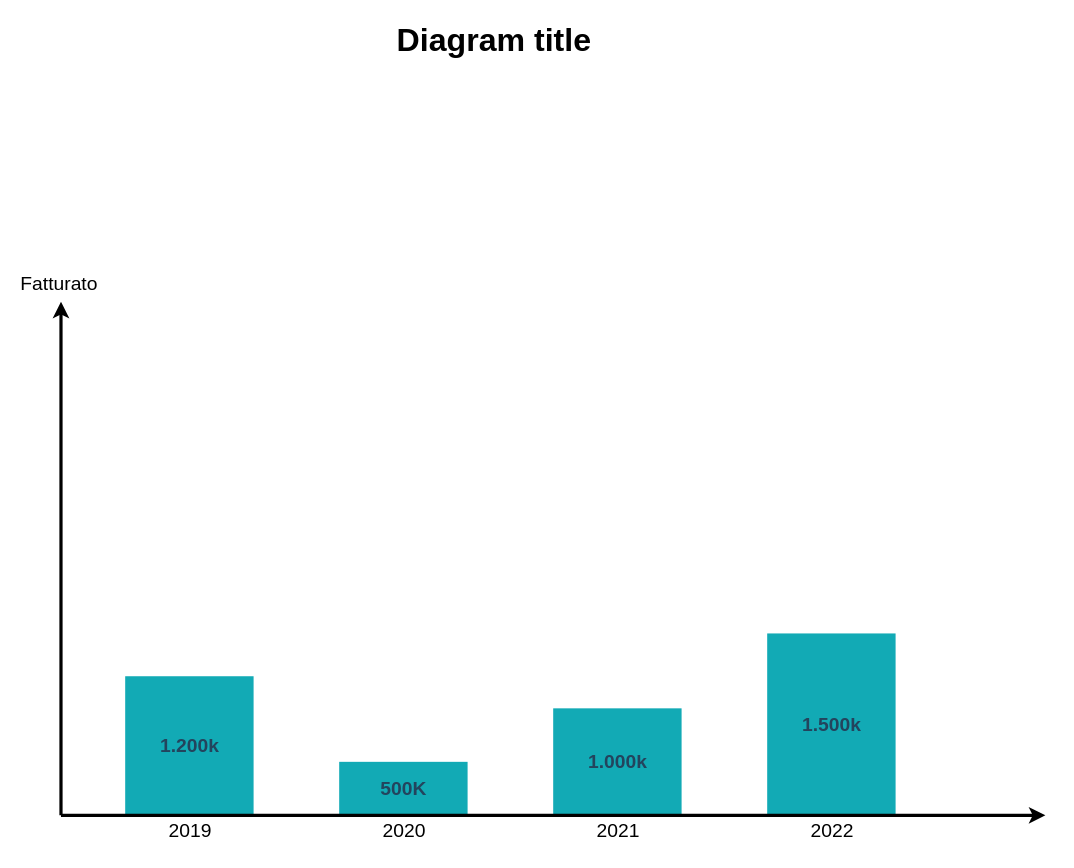
Before: dev/Numeri razionali/Grafici.drawio in felixblog/edu, a draw.io diagram. Source tidied: cells renumbered, new cells numbered last; positions are measured from the earlier drawing's top-left corner, leaving out a move shared by most shapes. Both pictures are drawn from the tidied source at 107%, with x=0, y=0 at pixel (17, 17).
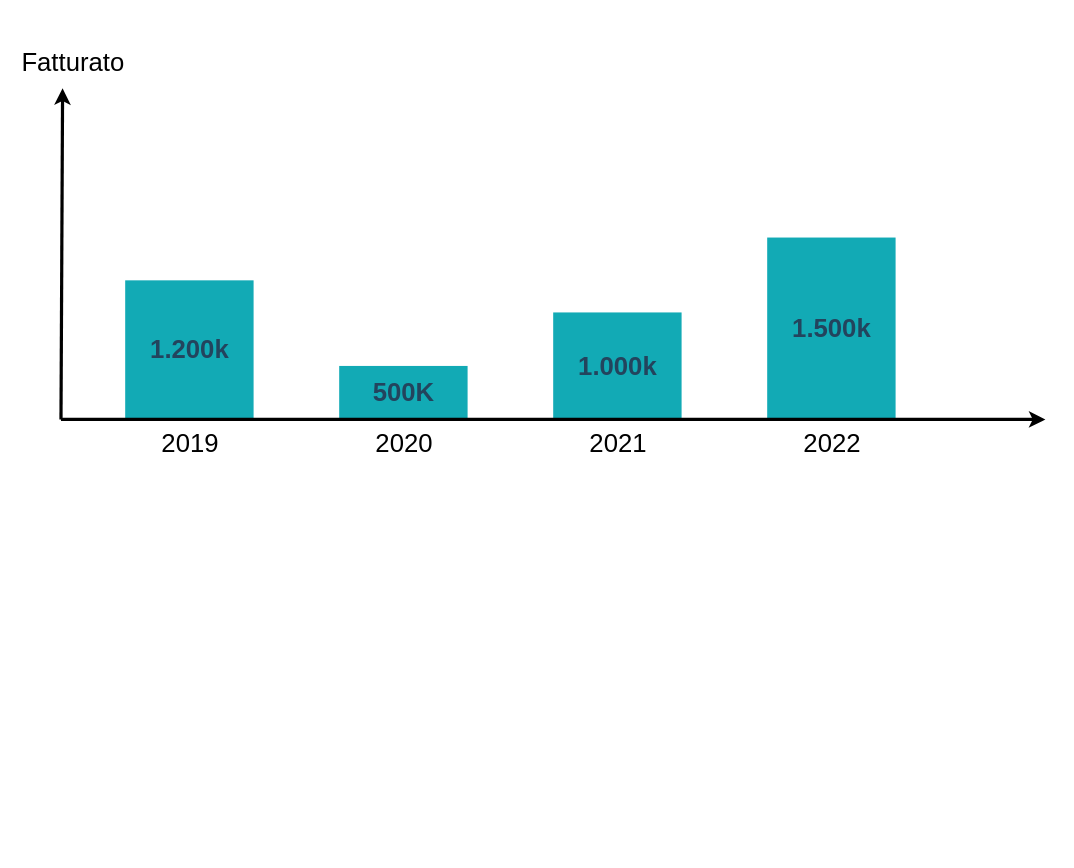
After the change.

Diff of the diagram source:
```diff
@@
 <mxGraphModel>
   <root>
     <mxCell id="0" />
     <mxCell id="1" parent="0" />
-    <mxCell id="2" value="&lt;b&gt;&lt;font style=&quot;font-size: 18px;&quot;&gt;1.200k&lt;/font&gt;&lt;/b&gt;" style="whiteSpace=wrap;fillColor=#12AAB5;gradientColor=none;gradientDirection=east;strokeColor=none;html=1;fontColor=#23445d;" parent="1" vertex="1">
-      <mxGeometry x="100.5" y="615.5" width="120" height="130" as="geometry" />
+    <mxCell id="2" value="&lt;b&gt;&lt;font style=&quot;font-size: 24px;&quot;&gt;1.200k&lt;/font&gt;&lt;/b&gt;" style="whiteSpace=wrap;fillColor=#12AAB5;gradientColor=none;gradientDirection=east;strokeColor=none;html=1;fontColor=#23445d;" parent="1" vertex="1">
+      <mxGeometry x="100.5" y="245.5" width="120" height="130" as="geometry" />
     </mxCell>
-    <mxCell id="3" value="&lt;b&gt;&lt;font style=&quot;font-size: 18px;&quot;&gt;500K&lt;/font&gt;&lt;/b&gt;" style="whiteSpace=wrap;fillColor=#12AAB5;gradientColor=none;gradientDirection=east;strokeColor=none;html=1;fontColor=#23445d;" parent="1" vertex="1">
-      <mxGeometry x="300.5" y="695.5" width="120" height="50" as="geometry" />
+    <mxCell id="3" value="&lt;b&gt;&lt;font style=&quot;font-size: 24px;&quot;&gt;500K&lt;/font&gt;&lt;/b&gt;" style="whiteSpace=wrap;fillColor=#12AAB5;gradientColor=none;gradientDirection=east;strokeColor=none;html=1;fontColor=#23445d;" parent="1" vertex="1">
+      <mxGeometry x="300.5" y="325.5" width="120" height="50" as="geometry" />
     </mxCell>
-    <mxCell id="4" value="&lt;b&gt;&lt;font style=&quot;font-size: 18px;&quot;&gt;1.000k&lt;/font&gt;&lt;/b&gt;" style="whiteSpace=wrap;fillColor=#12AAB5;gradientColor=none;gradientDirection=east;strokeColor=none;html=1;fontColor=#23445d;" parent="1" vertex="1">
-      <mxGeometry x="500.5" y="645.5" width="120" height="100" as="geometry" />
+    <mxCell id="4" value="&lt;b&gt;&lt;font style=&quot;font-size: 24px;&quot;&gt;1.000k&lt;/font&gt;&lt;/b&gt;" style="whiteSpace=wrap;fillColor=#12AAB5;gradientColor=none;gradientDirection=east;strokeColor=none;html=1;fontColor=#23445d;" parent="1" vertex="1">
+      <mxGeometry x="500.5" y="275.5" width="120" height="100" as="geometry" />
     </mxCell>
-    <mxCell id="5" value="&lt;b&gt;&lt;font style=&quot;font-size: 18px;&quot;&gt;1.500k&lt;/font&gt;&lt;/b&gt;" style="whiteSpace=wrap;fillColor=#12AAB5;gradientColor=none;gradientDirection=east;strokeColor=none;html=1;fontColor=#23445d;" parent="1" vertex="1">
-      <mxGeometry x="700.5" y="575.5" width="120" height="170" as="geometry" />
+    <mxCell id="5" value="&lt;b&gt;&lt;font style=&quot;font-size: 24px;&quot;&gt;1.500k&lt;/font&gt;&lt;/b&gt;" style="whiteSpace=wrap;fillColor=#12AAB5;gradientColor=none;gradientDirection=east;strokeColor=none;html=1;fontColor=#23445d;" parent="1" vertex="1">
+      <mxGeometry x="700.5" y="205.5" width="120" height="170" as="geometry" />
     </mxCell>
     <mxCell id="6" style="edgeStyle=none;html=1;fontColor=#000000;strokeWidth=3;strokeColor=#000000;" parent="1" edge="1">
       <mxGeometry relative="1" as="geometry">
-        <mxPoint x="40.5" y="745.5" as="sourcePoint" />
-        <mxPoint x="40.5" y="265.5" as="targetPoint" />
+        <mxPoint x="40.5" y="375.5" as="sourcePoint" />
+        <mxPoint x="42" y="66" as="targetPoint" />
       </mxGeometry>
     </mxCell>
     <mxCell id="7" style="edgeStyle=none;html=1;fontColor=#000000;strokeWidth=3;strokeColor=#000000;" parent="1" edge="1">
       <mxGeometry relative="1" as="geometry">
-        <mxPoint x="40.5" y="745.5" as="sourcePoint" />
-        <mxPoint x="960.5" y="745.5" as="targetPoint" />
+        <mxPoint x="40.5" y="375.5" as="sourcePoint" />
+        <mxPoint x="960.5" y="375.5" as="targetPoint" />
       </mxGeometry>
     </mxCell>
-    <mxCell id="8" value="2019" style="text;spacingTop=-5;align=center;verticalAlign=middle;fontStyle=0;html=1;fontSize=18;strokeColor=none;" parent="1" vertex="1">
-      <mxGeometry x="100.5" y="747.5" width="120" height="30" as="geometry" />
+    <mxCell id="8" value="&lt;font style=&quot;font-size: 24px;&quot;&gt;2019&lt;/font&gt;" style="text;spacingTop=-5;align=center;verticalAlign=middle;fontStyle=0;html=1;fontSize=18;strokeColor=none;" parent="1" vertex="1">
+      <mxGeometry x="100.5" y="385.5" width="120" height="30" as="geometry" />
     </mxCell>
-    <mxCell id="9" value="2020" style="text;spacingTop=-5;align=center;verticalAlign=middle;fontStyle=0;html=1;fontSize=18;strokeColor=none;" parent="1" vertex="1">
-      <mxGeometry x="300.5" y="747.5" width="120" height="30" as="geometry" />
+    <mxCell id="9" value="&lt;font style=&quot;font-size: 24px;&quot;&gt;2020&lt;/font&gt;" style="text;spacingTop=-5;align=center;verticalAlign=middle;fontStyle=0;html=1;fontSize=18;strokeColor=none;" parent="1" vertex="1">
+      <mxGeometry x="300.5" y="385.5" width="120" height="30" as="geometry" />
     </mxCell>
-    <mxCell id="10" value="2021" style="text;spacingTop=-5;align=center;verticalAlign=middle;fontStyle=0;html=1;fontSize=18;strokeColor=none;" parent="1" vertex="1">
-      <mxGeometry x="500.5" y="747.5" width="120" height="30" as="geometry" />
+    <mxCell id="10" value="&lt;font style=&quot;font-size: 24px;&quot;&gt;2021&lt;/font&gt;" style="text;spacingTop=-5;align=center;verticalAlign=middle;fontStyle=0;html=1;fontSize=18;strokeColor=none;" parent="1" vertex="1">
+      <mxGeometry x="500.5" y="385.5" width="120" height="30" as="geometry" />
     </mxCell>
-    <mxCell id="11" value="Fatturato" style="text;spacingTop=-5;html=1;fontSize=18;fontStyle=0;" parent="1" vertex="1">
-      <mxGeometry x="0.5" y="236.5" width="80" height="20" as="geometry" />
+    <mxCell id="11" value="&lt;font style=&quot;font-size: 24px;&quot;&gt;Fatturato&lt;/font&gt;" style="text;spacingTop=-5;html=1;fontSize=18;fontStyle=0;" parent="1" vertex="1">
+      <mxGeometry x="2" y="26" width="80" height="20" as="geometry" />
     </mxCell>
-    <mxCell id="12" value="&lt;font style=&quot;font-size: 30px;&quot;&gt;Diagram title&lt;/font&gt;" style="text;spacingTop=-5;align=center;verticalAlign=middle;fontSize=30;fontStyle=1;html=1;" parent="1" vertex="1">
-      <mxGeometry x="39.5" y="0.5" width="810" height="45" as="geometry" />
-    </mxCell>
-    <mxCell id="13" value="2022" style="text;spacingTop=-5;align=center;verticalAlign=middle;fontStyle=0;html=1;fontSize=18;strokeColor=none;" parent="1" vertex="1">
-      <mxGeometry x="700.5" y="747.5" width="120" height="30" as="geometry" />
+    <mxCell id="13" value="&lt;font style=&quot;font-size: 24px;&quot;&gt;2022&lt;/font&gt;" style="text;spacingTop=-5;align=center;verticalAlign=middle;fontStyle=0;html=1;fontSize=18;strokeColor=none;" parent="1" vertex="1">
+      <mxGeometry x="700.5" y="385.5" width="120" height="30" as="geometry" />
     </mxCell>
   </root>
 </mxGraphModel>
```
